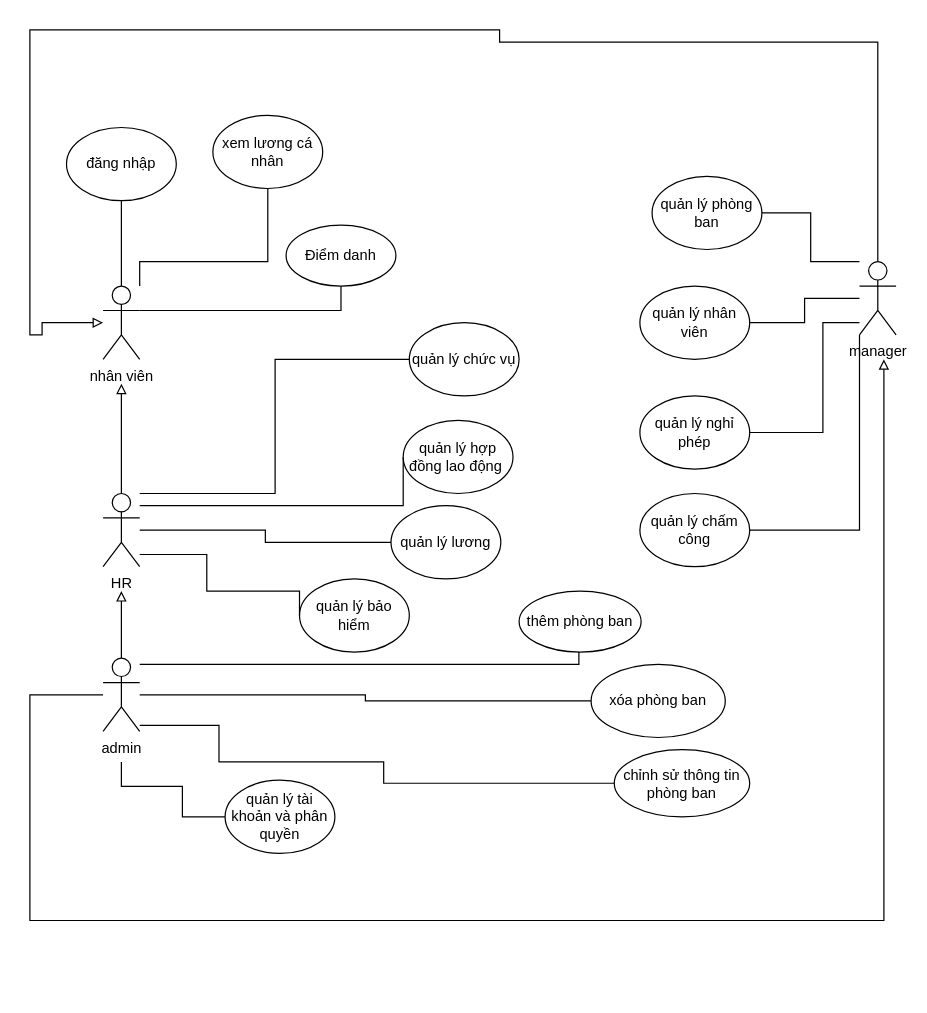
Before: SoDoTongQuat.drawio in hoangda24312/Group4-DesigningSystem, a draw.io diagram. Source tidied: cells renumbered, new cells numbered last; positions are measured from the earlier drawing's top-left corner, leaving out a move shared by most shapes. Both pictures are drawn from the tidied source at 122%, with x=0, y=0 at pixel (29, 29).
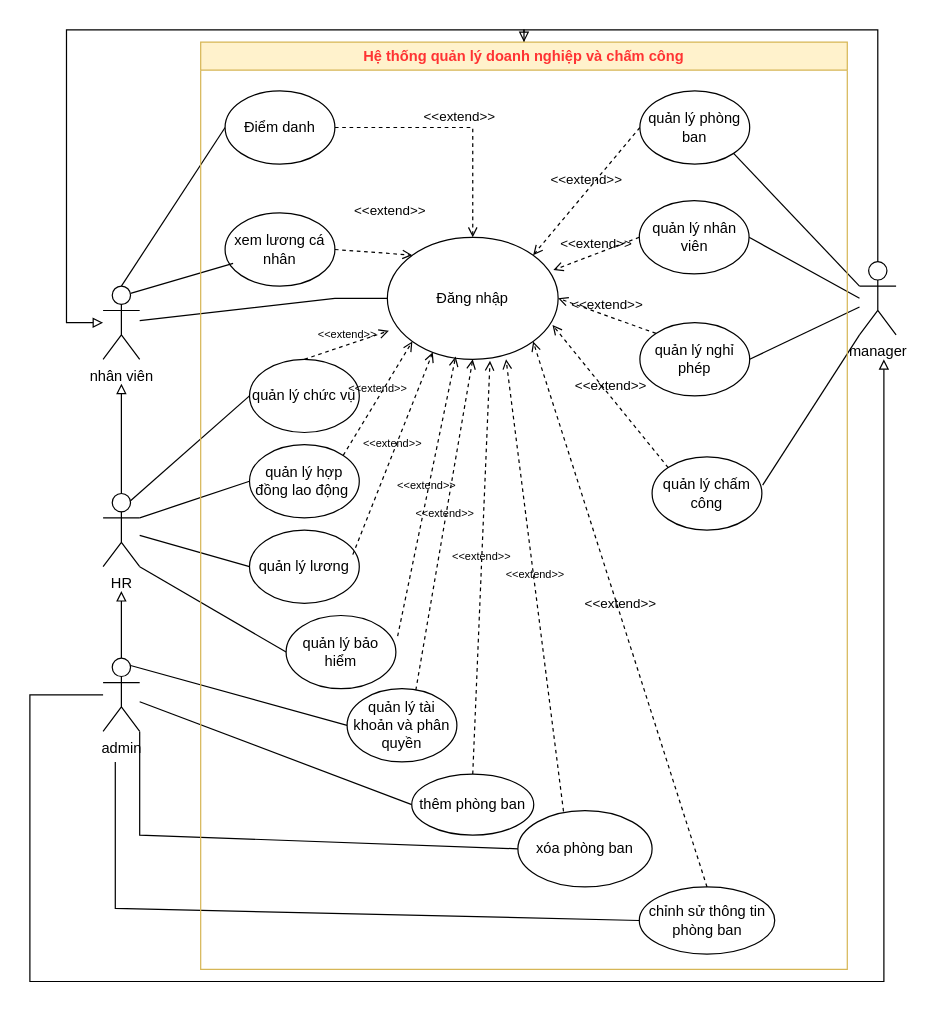
The same diagram, later.

Commit message (it also covers changes not shown here):
*sua so do tong quat

Unchanged cells that the change refers to:
```xml
<mxCell id="8" value="admin" style="shape=umlActor;verticalLabelPosition=bottom;verticalAlign=top;html=1;outlineConnect=0;" parent="1" vertex="1">
  <mxGeometry x="60" y="515" width="30" height="60" as="geometry" />
</mxCell>
<mxCell id="11" value="nhân viên" style="shape=umlActor;verticalLabelPosition=bottom;verticalAlign=top;html=1;outlineConnect=0;" parent="1" vertex="1">
  <mxGeometry x="60" y="210" width="30" height="60" as="geometry" />
</mxCell>
<mxCell id="16" value="manager" style="shape=umlActor;verticalLabelPosition=bottom;verticalAlign=top;html=1;outlineConnect=0;" parent="1" vertex="1">
  <mxGeometry x="680" y="190" width="30" height="60" as="geometry" />
</mxCell>
<mxCell id="28" value="HR" style="shape=umlActor;verticalLabelPosition=bottom;verticalAlign=top;html=1;outlineConnect=0;" parent="1" vertex="1">
  <mxGeometry x="60" y="380" width="30" height="60" as="geometry" />
</mxCell>
```

The edit, as a diff of the source:
```diff
@@
-    <mxCell id="3" style="edgeStyle=orthogonalEdgeStyle;rounded=0;jettySize=auto;html=1;entryX=0;entryY=0.5;entryDx=0;entryDy=0;endArrow=none;endFill=0;" parent="1" edge="1" source="8" target="35">
-      <mxGeometry relative="1" as="geometry">
-        <Array as="points">
-          <mxPoint x="450" y="520" />
-        </Array>
-      </mxGeometry>
-    </mxCell>
-    <mxCell id="4" style="edgeStyle=orthogonalEdgeStyle;rounded=0;jettySize=auto;html=1;entryX=0;entryY=0.5;entryDx=0;entryDy=0;endArrow=none;endFill=0;" parent="1" edge="1" source="8" target="36">
-      <mxGeometry relative="1" as="geometry" />
-    </mxCell>
-    <mxCell id="5" style="edgeStyle=orthogonalEdgeStyle;rounded=0;jettySize=auto;html=1;entryX=0;entryY=0.5;entryDx=0;entryDy=0;endArrow=none;endFill=0;" parent="1" edge="1" source="8" target="37">
-      <mxGeometry relative="1" as="geometry">
-        <Array as="points">
-          <mxPoint x="155" y="570" />
-          <mxPoint x="155" y="600" />
-          <mxPoint x="290" y="600" />
-        </Array>
-      </mxGeometry>
-    </mxCell>
-    <mxCell id="6" style="edgeStyle=orthogonalEdgeStyle;rounded=0;jettySize=auto;html=1;entryX=0;entryY=0.5;entryDx=0;entryDy=0;endArrow=none;endFill=0;" parent="1" edge="1" target="30">
-      <mxGeometry relative="1" as="geometry">
-        <mxPoint x="75" y="600" as="sourcePoint" />
-        <Array as="points">
-          <mxPoint x="75" y="620" />
-          <mxPoint x="125" y="620" />
-          <mxPoint x="125" y="645" />
-        </Array>
-      </mxGeometry>
-    </mxCell>
     <mxCell id="7" style="edgeStyle=orthogonalEdgeStyle;rounded=0;jettySize=auto;html=1;endArrow=block;endFill=0;" parent="1" edge="1" source="8">
       <mxGeometry relative="1" as="geometry">
         <mxPoint x="700" y="270" as="targetPoint" />
         <Array as="points">
           <mxPoint y="545" />
-          <mxPoint y="730" />
-          <mxPoint x="700" y="730" />
+          <mxPoint y="780" />
+          <mxPoint x="700" y="780" />
         </Array>
       </mxGeometry>
     </mxCell>
@@
-    <mxCell id="9" style="edgeStyle=orthogonalEdgeStyle;rounded=0;jettySize=auto;html=1;entryX=0.5;entryY=1;entryDx=0;entryDy=0;endArrow=none;endFill=0;" parent="1" edge="1" source="11" target="34">
-      <mxGeometry relative="1" as="geometry">
-        <Array as="points">
-          <mxPoint x="90" y="190" />
-          <mxPoint x="195" y="190" />
-        </Array>
-      </mxGeometry>
-    </mxCell>
-    <mxCell id="10" style="edgeStyle=orthogonalEdgeStyle;rounded=0;jettySize=auto;html=1;entryX=0.5;entryY=1;entryDx=0;entryDy=0;endArrow=none;endFill=0;" parent="1" edge="1" source="11" target="38">
-      <mxGeometry relative="1" as="geometry">
-        <Array as="points">
-          <mxPoint x="255" y="230" />
-        </Array>
-      </mxGeometry>
-    </mxCell>
@@
-    <mxCell id="12" style="edgeStyle=orthogonalEdgeStyle;rounded=0;jettySize=auto;html=1;entryX=1;entryY=0.5;entryDx=0;entryDy=0;endArrow=none;endFill=0;" parent="1" edge="1" source="16" target="17">
-      <mxGeometry relative="1" as="geometry">
-        <Array as="points">
-          <mxPoint x="640" y="190" />
-          <mxPoint x="640" y="150" />
-        </Array>
-      </mxGeometry>
-    </mxCell>
-    <mxCell id="13" style="edgeStyle=orthogonalEdgeStyle;rounded=0;jettySize=auto;html=1;entryX=1;entryY=0.5;entryDx=0;entryDy=0;endArrow=none;endFill=0;" parent="1" edge="1" source="16" target="22">
-      <mxGeometry relative="1" as="geometry" />
-    </mxCell>
-    <mxCell id="14" style="edgeStyle=orthogonalEdgeStyle;rounded=0;jettySize=auto;html=1;entryX=1;entryY=0.5;entryDx=0;entryDy=0;endArrow=none;endFill=0;" parent="1" edge="1" source="16" target="21">
-      <mxGeometry relative="1" as="geometry">
-        <Array as="points">
-          <mxPoint x="650" y="240" />
-          <mxPoint x="650" y="330" />
-        </Array>
-      </mxGeometry>
-    </mxCell>
-    <mxCell id="15" style="edgeStyle=orthogonalEdgeStyle;rounded=0;jettySize=auto;html=1;entryX=1;entryY=0.5;entryDx=0;entryDy=0;endArrow=none;endFill=0;" parent="1" edge="1" source="16" target="29">
-      <mxGeometry relative="1" as="geometry">
-        <Array as="points">
-          <mxPoint x="680" y="410" />
-        </Array>
-      </mxGeometry>
-    </mxCell>
@@
-    <mxCell id="17" value="quản lý phòng ban" style="ellipse;whiteSpace=wrap;html=1;" parent="1" vertex="1">
-      <mxGeometry x="510" y="120" width="90" height="60" as="geometry" />
-    </mxCell>
-    <mxCell id="18" value="đăng nhập" style="ellipse;whiteSpace=wrap;html=1;" parent="1" vertex="1">
-      <mxGeometry x="30" y="80" width="90" height="60" as="geometry" />
-    </mxCell>
     <mxCell id="19" value="quản lý lương" style="ellipse;whiteSpace=wrap;html=1;" parent="1" vertex="1">
-      <mxGeometry x="296" y="390" width="90" height="60" as="geometry" />
+      <mxGeometry x="180" y="410" width="90" height="60" as="geometry" />
     </mxCell>
-    <mxCell id="20" value="quản lý bảo hiểm" style="ellipse;whiteSpace=wrap;html=1;" parent="1" vertex="1">
-      <mxGeometry x="221" y="450" width="90" height="60" as="geometry" />
-    </mxCell>
     <mxCell id="21" value="quản lý nghỉ phép" style="ellipse;whiteSpace=wrap;html=1;" parent="1" vertex="1">
-      <mxGeometry x="500" y="300" width="90" height="60" as="geometry" />
+      <mxGeometry x="500" y="240" width="90" height="60" as="geometry" />
     </mxCell>
     <mxCell id="22" value="quản lý nhân viên" style="ellipse;whiteSpace=wrap;html=1;" parent="1" vertex="1">
-      <mxGeometry x="500" y="210" width="90" height="60" as="geometry" />
+      <mxGeometry x="499.5" y="140" width="90" height="60" as="geometry" />
     </mxCell>
@@
-    <mxCell id="24" style="edgeStyle=orthogonalEdgeStyle;rounded=0;jettySize=auto;html=1;entryX=0;entryY=0.5;entryDx=0;entryDy=0;endArrow=none;endFill=0;" parent="1" edge="1" source="28" target="19">
-      <mxGeometry relative="1" as="geometry" />
-    </mxCell>
-    <mxCell id="25" style="edgeStyle=orthogonalEdgeStyle;rounded=0;jettySize=auto;html=1;entryX=0;entryY=0.5;entryDx=0;entryDy=0;endArrow=none;endFill=0;" parent="1" edge="1" source="28" target="32">
-      <mxGeometry relative="1" as="geometry">
-        <Array as="points">
-          <mxPoint x="306" y="390" />
-        </Array>
-      </mxGeometry>
-    </mxCell>
-    <mxCell id="26" style="edgeStyle=orthogonalEdgeStyle;rounded=0;jettySize=auto;html=1;entryX=0;entryY=0.5;entryDx=0;entryDy=0;endArrow=none;endFill=0;" parent="1" edge="1" source="28" target="31">
-      <mxGeometry relative="1" as="geometry">
-        <Array as="points">
-          <mxPoint x="201" y="380" />
-          <mxPoint x="201" y="270" />
-        </Array>
-      </mxGeometry>
-    </mxCell>
-    <mxCell id="27" style="edgeStyle=orthogonalEdgeStyle;rounded=0;jettySize=auto;html=1;entryX=0;entryY=0.5;entryDx=0;entryDy=0;endArrow=none;endFill=0;" parent="1" edge="1" source="28" target="20">
-      <mxGeometry relative="1" as="geometry">
-        <Array as="points">
-          <mxPoint x="145" y="430" />
-          <mxPoint x="145" y="460" />
-        </Array>
-      </mxGeometry>
-    </mxCell>
@@
     <mxCell id="29" value="quản lý chấm công" style="ellipse;whiteSpace=wrap;html=1;" parent="1" vertex="1">
-      <mxGeometry x="500" y="380" width="90" height="60" as="geometry" />
+      <mxGeometry x="510" y="350" width="90" height="60" as="geometry" />
     </mxCell>
     <mxCell id="30" value="quản lý tài khoản và phân quyền" style="ellipse;whiteSpace=wrap;html=1;" parent="1" vertex="1">
-      <mxGeometry x="160" y="615" width="90" height="60" as="geometry" />
+      <mxGeometry x="260" y="540" width="90" height="60" as="geometry" />
     </mxCell>
     <mxCell id="31" value="quản lý chức vụ" style="ellipse;whiteSpace=wrap;html=1;" parent="1" vertex="1">
-      <mxGeometry x="311" y="240" width="90" height="60" as="geometry" />
+      <mxGeometry x="180" y="270" width="90" height="60" as="geometry" />
     </mxCell>
     <mxCell id="32" value="quản lý hợp đồng lao động&amp;nbsp;" style="ellipse;whiteSpace=wrap;html=1;" parent="1" vertex="1">
-      <mxGeometry x="306" y="320" width="90" height="60" as="geometry" />
+      <mxGeometry x="180" y="340" width="90" height="60" as="geometry" />
     </mxCell>
-    <mxCell id="33" style="edgeStyle=orthogonalEdgeStyle;rounded=0;jettySize=auto;html=1;entryX=0.5;entryY=0;entryDx=0;entryDy=0;entryPerimeter=0;endArrow=none;endFill=0;" parent="1" edge="1" source="18" target="11">
-      <mxGeometry relative="1" as="geometry" />
-    </mxCell>
     <mxCell id="34" value="xem lương cá nhân" style="ellipse;whiteSpace=wrap;html=1;" parent="1" vertex="1">
-      <mxGeometry x="150" y="70" width="90" height="60" as="geometry" />
+      <mxGeometry x="160" y="150" width="90" height="60" as="geometry" />
     </mxCell>
-    <mxCell id="35" value="thêm phòng ban" style="ellipse;whiteSpace=wrap;html=1;" parent="1" vertex="1">
-      <mxGeometry x="401" y="460" width="100" height="50" as="geometry" />
-    </mxCell>
     <mxCell id="36" value="xóa phòng ban" style="ellipse;whiteSpace=wrap;html=1;" parent="1" vertex="1">
-      <mxGeometry x="460" y="520" width="110" height="60" as="geometry" />
+      <mxGeometry x="400" y="640" width="110" height="62.5" as="geometry" />
     </mxCell>
     <mxCell id="37" value="chỉnh sử thông tin phòng ban" style="ellipse;whiteSpace=wrap;html=1;" parent="1" vertex="1">
-      <mxGeometry x="479" y="590" width="111" height="55" as="geometry" />
+      <mxGeometry x="499.5" y="702.5" width="111" height="55" as="geometry" />
     </mxCell>
-    <mxCell id="38" value="Điểm danh" style="ellipse;whiteSpace=wrap;html=1;" parent="1" vertex="1">
-      <mxGeometry x="210" y="160" width="90" height="50" as="geometry" />
+    <mxCell id="38" value="Đăng nhập" style="ellipse;whiteSpace=wrap;html=1;" parent="1" vertex="1">
+      <mxGeometry x="293" y="170" width="140" height="100" as="geometry" />
     </mxCell>
-    <mxCell id="39" style="edgeStyle=orthogonalEdgeStyle;rounded=0;jettySize=auto;html=1;endArrow=block;endFill=0;" parent="1" edge="1" source="16" target="11">
+    <mxCell id="39" style="edgeStyle=orthogonalEdgeStyle;rounded=0;jettySize=auto;html=1;endArrow=block;endFill=0;" parent="1" edge="1" source="62" target="11">
       <mxGeometry relative="1" as="geometry">
         <Array as="points">
-          <mxPoint x="695" y="10" />
-          <mxPoint x="385" y="10" />
-          <mxPoint x="385" />
-          <mxPoint />
-          <mxPoint y="250" />
-          <mxPoint x="10" y="250" />
-          <mxPoint x="10" y="240" />
+          <mxPoint x="405" />
+          <mxPoint x="30" />
+          <mxPoint x="30" y="240" />
         </Array>
       </mxGeometry>
     </mxCell>
+    <mxCell id="40" style="endArrow=none;html=1;rounded=0;exitX=0.5;exitY=0;exitDx=0;exitDy=0;exitPerimeter=0;entryX=0;entryY=0.5;entryDx=0;entryDy=0;" parent="1" edge="1" source="11" target="18">
+      <mxGeometry relative="1" as="geometry" />
+    </mxCell>
+    <mxCell id="10" style="endArrow=none;html=1;rounded=0;entryX=0;entryY=0.5;entryDx=0;entryDy=0;" parent="1" edge="1" source="11" target="38">
+      <mxGeometry relative="1" as="geometry">
+        <Array as="points">
+          <mxPoint x="250" y="220" />
+        </Array>
+      </mxGeometry>
+    </mxCell>
+    <mxCell id="9" style="endArrow=none;html=1;rounded=0;exitX=0.75;exitY=0.1;exitDx=0;exitDy=0;exitPerimeter=0;entryX=0.073;entryY=0.69;entryDx=0;entryDy=0;entryPerimeter=0;" parent="1" edge="1" source="11" target="34">
+      <mxGeometry relative="1" as="geometry" />
+    </mxCell>
+    <mxCell id="41" value="&amp;lt;&amp;lt;extend&amp;gt;&amp;gt;" style="html=1;verticalAlign=bottom;labelBackgroundColor=none;endArrow=open;endFill=0;dashed=1;rounded=0;exitX=1;exitY=0.5;exitDx=0;exitDy=0;entryX=0.5;entryY=0;entryDx=0;entryDy=0;" parent="1" edge="1" source="18" target="38">
+      <mxGeometry relative="1" as="geometry">
+        <Array as="points">
+          <mxPoint x="363" y="80" />
+        </Array>
+      </mxGeometry>
+    </mxCell>
+    <mxCell id="42" value="&amp;lt;&amp;lt;extend&amp;gt;&amp;gt;" style="html=1;verticalAlign=bottom;labelBackgroundColor=none;endArrow=open;endFill=0;dashed=1;rounded=0;exitX=1;exitY=0.5;exitDx=0;exitDy=0;entryX=0;entryY=0;entryDx=0;entryDy=0;" parent="1" edge="1" source="34" target="38">
+      <mxGeometry x="0.33" y="26" relative="1" as="geometry">
+        <mxPoint x="1" as="offset" />
+      </mxGeometry>
+    </mxCell>
+    <mxCell id="26" style="endArrow=none;html=1;rounded=0;exitX=0.75;exitY=0.1;exitDx=0;exitDy=0;exitPerimeter=0;entryX=0;entryY=0.5;entryDx=0;entryDy=0;" parent="1" edge="1" source="28" target="31">
+      <mxGeometry relative="1" as="geometry" />
+    </mxCell>
+    <mxCell id="43" style="endArrow=none;html=1;rounded=0;entryX=0;entryY=0.5;entryDx=0;entryDy=0;" parent="1" edge="1" target="32">
+      <mxGeometry relative="1" as="geometry">
+        <mxPoint x="90" y="400" as="sourcePoint" />
+        <Array as="points">
+          <mxPoint x="120" y="390" />
+        </Array>
+      </mxGeometry>
+    </mxCell>
+    <mxCell id="20" value="quản lý bảo hiểm" style="ellipse;whiteSpace=wrap;html=1;" parent="1" vertex="1">
+      <mxGeometry x="210" y="480" width="90" height="60" as="geometry" />
+    </mxCell>
+    <mxCell id="44" value="&lt;font style=&quot;font-size: 9px;&quot;&gt;&amp;lt;&amp;lt;extend&amp;gt;&amp;gt;&lt;/font&gt;" style="html=1;verticalAlign=bottom;labelBackgroundColor=none;endArrow=open;endFill=0;dashed=1;rounded=0;exitX=0.5;exitY=0;exitDx=0;exitDy=0;entryX=0.009;entryY=0.767;entryDx=0;entryDy=0;entryPerimeter=0;" parent="1" edge="1" source="31" target="38">
+      <mxGeometry relative="1" as="geometry" />
+    </mxCell>
+    <mxCell id="45" value="&lt;font style=&quot;font-size: 9px;&quot;&gt;&amp;lt;&amp;lt;extend&amp;gt;&amp;gt;&lt;/font&gt;" style="html=1;verticalAlign=bottom;labelBackgroundColor=none;endArrow=open;endFill=0;dashed=1;rounded=0;exitX=1;exitY=0;exitDx=0;exitDy=0;entryX=0;entryY=1;entryDx=0;entryDy=0;" parent="1" edge="1" source="32" target="38">
+      <mxGeometry relative="1" as="geometry" />
+    </mxCell>
+    <mxCell id="46" value="&lt;font style=&quot;font-size: 9px;&quot;&gt;&amp;lt;&amp;lt;extend&amp;gt;&amp;gt;&lt;/font&gt;" style="html=1;verticalAlign=bottom;labelBackgroundColor=none;endArrow=open;endFill=0;dashed=1;rounded=0;exitX=0.941;exitY=0.335;exitDx=0;exitDy=0;entryX=0.266;entryY=0.943;entryDx=0;entryDy=0;entryPerimeter=0;exitPerimeter=0;" parent="1" edge="1" source="19" target="38">
+      <mxGeometry relative="1" as="geometry" />
+    </mxCell>
+    <mxCell id="47" value="&lt;font style=&quot;font-size: 9px;&quot;&gt;&amp;lt;&amp;lt;extend&amp;gt;&amp;gt;&lt;/font&gt;" style="html=1;verticalAlign=bottom;labelBackgroundColor=none;endArrow=open;endFill=0;dashed=1;rounded=0;exitX=1.016;exitY=0.282;exitDx=0;exitDy=0;exitPerimeter=0;entryX=0.4;entryY=0.978;entryDx=0;entryDy=0;entryPerimeter=0;" parent="1" edge="1" source="20" target="38">
+      <mxGeometry relative="1" as="geometry" />
+    </mxCell>
+    <mxCell id="48" value="&lt;font style=&quot;font-size: 9px;&quot;&gt;&amp;lt;&amp;lt;extend&amp;gt;&amp;gt;&lt;/font&gt;" style="html=1;verticalAlign=bottom;labelBackgroundColor=none;endArrow=open;endFill=0;dashed=1;rounded=0;exitX=0.5;exitY=0;exitDx=0;exitDy=0;entryX=0.601;entryY=1.012;entryDx=0;entryDy=0;entryPerimeter=0;" parent="1" edge="1" source="35" target="38">
+      <mxGeometry relative="1" as="geometry" />
+    </mxCell>
+    <mxCell id="49" value="&lt;font style=&quot;font-size: 9px;&quot;&gt;&amp;lt;&amp;lt;extend&amp;gt;&amp;gt;&lt;/font&gt;" style="html=1;verticalAlign=bottom;labelBackgroundColor=none;endArrow=open;endFill=0;dashed=1;rounded=0;exitX=0.34;exitY=0.011;exitDx=0;exitDy=0;exitPerimeter=0;entryX=0.695;entryY=1;entryDx=0;entryDy=0;entryPerimeter=0;" parent="1" edge="1" source="36" target="38">
+      <mxGeometry relative="1" as="geometry" />
+    </mxCell>
+    <mxCell id="50" value="&amp;lt;&amp;lt;extend&amp;gt;&amp;gt;" style="html=1;verticalAlign=bottom;labelBackgroundColor=none;endArrow=open;endFill=0;dashed=1;rounded=0;exitX=0.5;exitY=0;exitDx=0;exitDy=0;entryX=1;entryY=1;entryDx=0;entryDy=0;" parent="1" edge="1" source="37" target="38">
+      <mxGeometry relative="1" as="geometry" />
+    </mxCell>
+    <mxCell id="51" value="&amp;lt;&amp;lt;extend&amp;gt;&amp;gt;" style="html=1;verticalAlign=bottom;labelBackgroundColor=none;endArrow=open;endFill=0;dashed=1;rounded=0;exitX=0;exitY=0.5;exitDx=0;exitDy=0;entryX=1;entryY=0;entryDx=0;entryDy=0;" parent="1" edge="1" source="17" target="38">
+      <mxGeometry relative="1" as="geometry" />
+    </mxCell>
+    <mxCell id="52" value="&amp;lt;&amp;lt;extend&amp;gt;&amp;gt;" style="html=1;verticalAlign=bottom;labelBackgroundColor=none;endArrow=open;endFill=0;dashed=1;rounded=0;exitX=0;exitY=0.5;exitDx=0;exitDy=0;entryX=0.972;entryY=0.269;entryDx=0;entryDy=0;entryPerimeter=0;" parent="1" edge="1" source="22" target="38">
+      <mxGeometry relative="1" as="geometry" />
+    </mxCell>
+    <mxCell id="53" value="&amp;lt;&amp;lt;extend&amp;gt;&amp;gt;" style="html=1;verticalAlign=bottom;labelBackgroundColor=none;endArrow=open;endFill=0;dashed=1;rounded=0;exitX=0;exitY=0;exitDx=0;exitDy=0;entryX=1;entryY=0.5;entryDx=0;entryDy=0;" parent="1" edge="1" source="21" target="38">
+      <mxGeometry relative="1" as="geometry" />
+    </mxCell>
+    <mxCell id="54" value="&amp;lt;&amp;lt;extend&amp;gt;&amp;gt;" style="html=1;verticalAlign=bottom;labelBackgroundColor=none;endArrow=open;endFill=0;dashed=1;rounded=0;exitX=0;exitY=0;exitDx=0;exitDy=0;entryX=0.967;entryY=0.718;entryDx=0;entryDy=0;entryPerimeter=0;" parent="1" edge="1" source="29" target="38">
+      <mxGeometry relative="1" as="geometry" />
+    </mxCell>
+    <mxCell id="55" value="&lt;font style=&quot;font-size: 9px;&quot;&gt;&amp;lt;&amp;lt;extend&amp;gt;&amp;gt;&lt;/font&gt;" style="html=1;verticalAlign=bottom;labelBackgroundColor=none;endArrow=open;endFill=0;dashed=1;rounded=0;exitX=0.626;exitY=0.02;exitDx=0;exitDy=0;exitPerimeter=0;entryX=0.5;entryY=1;entryDx=0;entryDy=0;" parent="1" edge="1" source="30" target="38">
+      <mxGeometry relative="1" as="geometry" />
+    </mxCell>
+    <mxCell id="56" style="endArrow=none;html=1;rounded=0;exitX=1;exitY=0.5;exitDx=0;exitDy=0;" parent="1" edge="1" source="21" target="16">
+      <mxGeometry relative="1" as="geometry" />
+    </mxCell>
+    <mxCell id="12" style="endArrow=none;html=1;rounded=0;exitX=0;exitY=0.3333333333333333;exitDx=0;exitDy=0;entryX=1;entryY=1;entryDx=0;entryDy=0;exitPerimeter=0;" parent="1" edge="1" source="16" target="17">
+      <mxGeometry relative="1" as="geometry" />
+    </mxCell>
+    <mxCell id="57" style="endArrow=none;html=1;rounded=0;exitX=1;exitY=0.5;exitDx=0;exitDy=0;" parent="1" edge="1" source="22">
+      <mxGeometry relative="1" as="geometry">
+        <mxPoint x="680" y="220" as="targetPoint" />
+      </mxGeometry>
+    </mxCell>
+    <mxCell id="58" style="endArrow=none;html=1;rounded=0;exitX=1.007;exitY=0.386;exitDx=0;exitDy=0;exitPerimeter=0;entryX=0;entryY=1;entryDx=0;entryDy=0;entryPerimeter=0;" parent="1" edge="1" source="29" target="16">
+      <mxGeometry relative="1" as="geometry" />
+    </mxCell>
+    <mxCell id="27" style="endArrow=none;html=1;rounded=0;exitX=1;exitY=1;exitDx=0;exitDy=0;exitPerimeter=0;entryX=0;entryY=0.5;entryDx=0;entryDy=0;" parent="1" edge="1" source="28" target="20">
+      <mxGeometry relative="1" as="geometry" />
+    </mxCell>
+    <mxCell id="24" style="endArrow=none;html=1;rounded=0;entryX=0;entryY=0.5;entryDx=0;entryDy=0;" parent="1" edge="1" source="28" target="19">
+      <mxGeometry relative="1" as="geometry" />
+    </mxCell>
+    <mxCell id="59" style="endArrow=none;html=1;rounded=0;entryX=0;entryY=0.5;entryDx=0;entryDy=0;exitX=0.75;exitY=0.1;exitDx=0;exitDy=0;exitPerimeter=0;" parent="1" edge="1" source="8" target="30">
+      <mxGeometry relative="1" as="geometry" />
+    </mxCell>
+    <mxCell id="4" style="endArrow=none;html=1;rounded=0;exitX=1;exitY=1;exitDx=0;exitDy=0;exitPerimeter=0;entryX=0;entryY=0.5;entryDx=0;entryDy=0;" parent="1" edge="1" source="8" target="36">
+      <mxGeometry relative="1" as="geometry">
+        <Array as="points">
+          <mxPoint x="90" y="660" />
+        </Array>
+      </mxGeometry>
+    </mxCell>
+    <mxCell id="3" style="endArrow=none;html=1;rounded=0;entryX=0;entryY=0.5;entryDx=0;entryDy=0;" parent="1" edge="1" source="8" target="35">
+      <mxGeometry relative="1" as="geometry" />
+    </mxCell>
+    <mxCell id="60" style="endArrow=none;html=1;rounded=0;entryX=0;entryY=0.5;entryDx=0;entryDy=0;" parent="1" edge="1" target="37">
+      <mxGeometry relative="1" as="geometry">
+        <mxPoint x="70" y="600" as="sourcePoint" />
+        <Array as="points">
+          <mxPoint x="70" y="720" />
+        </Array>
+      </mxGeometry>
+    </mxCell>
+    <mxCell id="61" style="edgeStyle=orthogonalEdgeStyle;rounded=0;jettySize=auto;html=1;endArrow=block;endFill=0;" parent="1" edge="1" source="16" target="62">
+      <mxGeometry relative="1" as="geometry">
+        <Array as="points">
+          <mxPoint x="695" />
+        </Array>
+      </mxGeometry>
+    </mxCell>
+    <mxCell id="62" value="&lt;font style=&quot;color: rgb(255, 51, 51);&quot;&gt;Hệ thống quản lý doanh nghiệp và chấm công&lt;/font&gt;" style="swimlane;whiteSpace=wrap;html=1;fillColor=#fff2cc;strokeColor=#d6b656;gradientColor=none;" parent="1" vertex="1">
+      <mxGeometry x="140" y="10" width="530" height="760" as="geometry" />
+    </mxCell>
+    <mxCell id="17" value="quản lý phòng ban" style="ellipse;whiteSpace=wrap;html=1;" parent="62" vertex="1">
+      <mxGeometry x="360" y="40" width="90" height="60" as="geometry" />
+    </mxCell>
+    <mxCell id="18" value="Điểm danh" style="ellipse;whiteSpace=wrap;html=1;" parent="62" vertex="1">
+      <mxGeometry x="20" y="40" width="90" height="60" as="geometry" />
+    </mxCell>
+    <mxCell id="35" value="thêm phòng ban" style="ellipse;whiteSpace=wrap;html=1;" parent="62" vertex="1">
+      <mxGeometry x="173" y="600" width="100" height="50" as="geometry" />
+    </mxCell>
```
